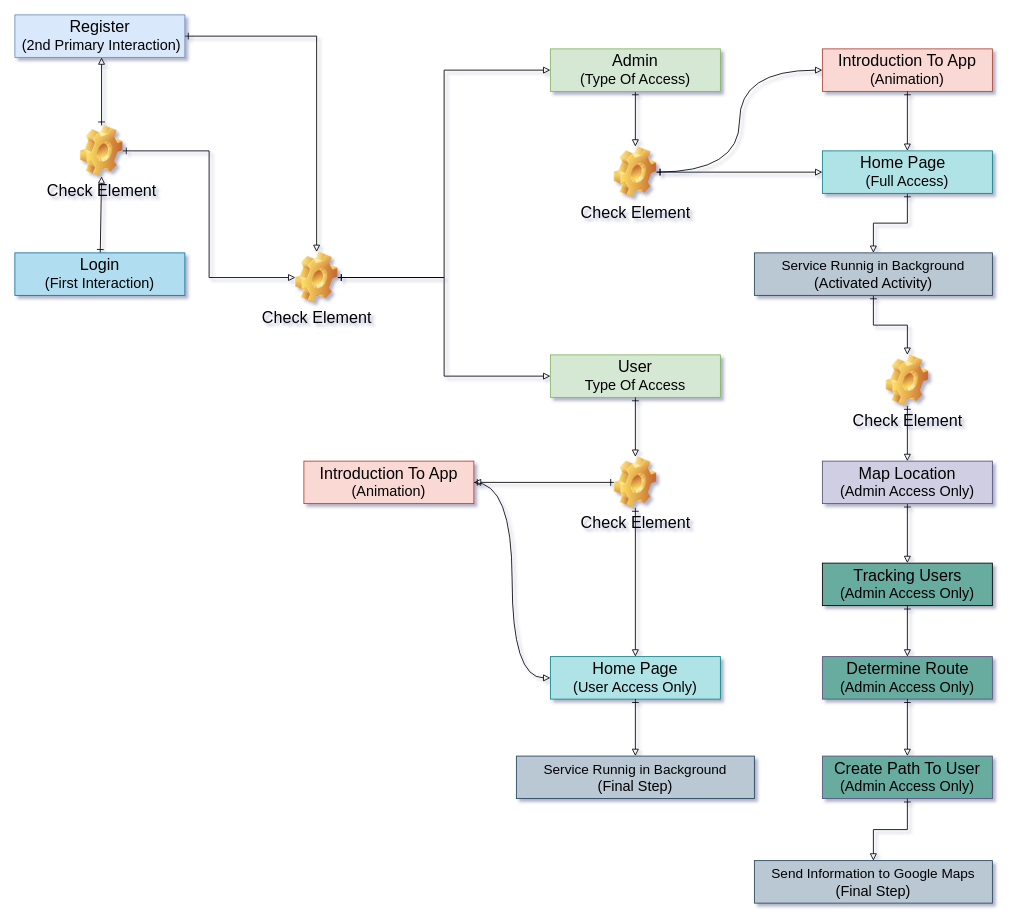
Earlier version of the draw.io diagram Untitled Diagram.drawio (George2G/Diagram_Diploma). Source tidied: cells renumbered, new cells numbered last; positions are measured from the earlier drawing's top-left corner, leaving out a move shared by most shapes. Both pictures are drawn from the tidied source at 85%, with x=0, y=0 at pixel (14, 14).
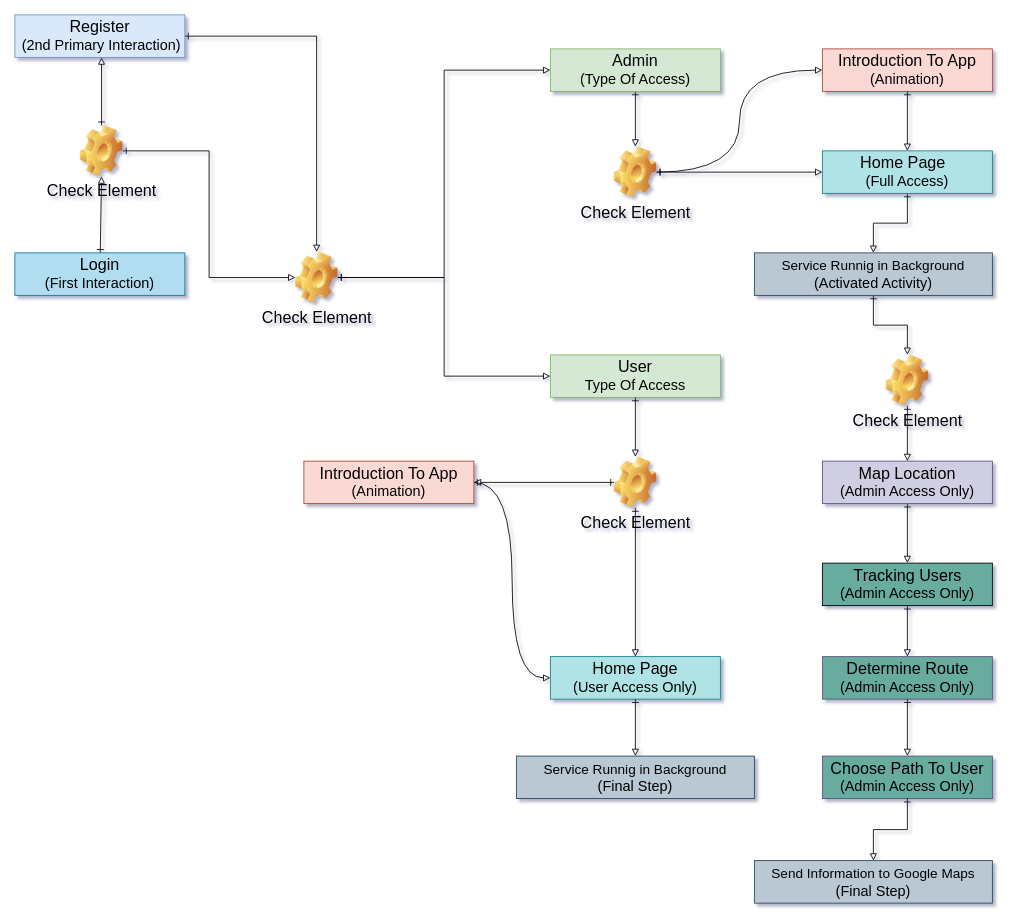
The same page after the edit.

Commit message:
finall fo now

The edit, as a diff of the source:
```diff
@@
-    <mxCell id="50" value="&lt;span style=&quot;font-size: 19px&quot;&gt;Create Path To User&lt;/span&gt;" style="text;html=1;strokeColor=none;fillColor=none;align=center;verticalAlign=middle;whiteSpace=wrap;rounded=0;" parent="1" vertex="1">
-      <mxGeometry x="960" y="872" width="180" height="30" as="geometry" />
+    <mxCell id="50" value="&lt;span style=&quot;font-size: 19px&quot;&gt;Choose Path To User&lt;/span&gt;" style="text;html=1;strokeColor=none;fillColor=none;align=center;verticalAlign=middle;whiteSpace=wrap;rounded=0;" parent="1" vertex="1">
+      <mxGeometry x="955" y="872" width="190" height="30" as="geometry" />
     </mxCell>
```
